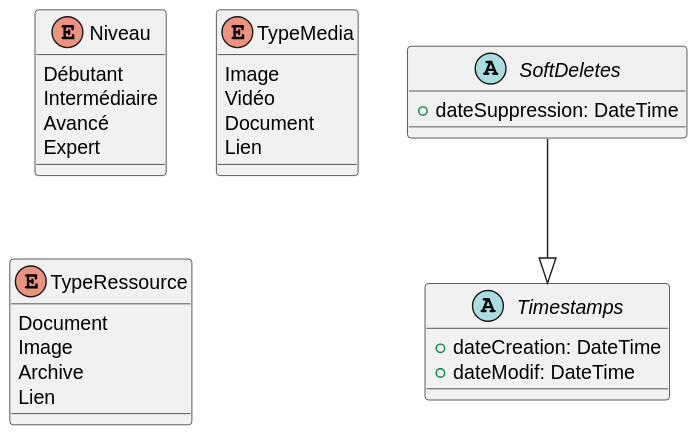
GAYENSIS09/baye-mor-gaye keeps this PlantUML diagram as uml-svg/class-diagram/_base-class.svg. Above is the earlier version.
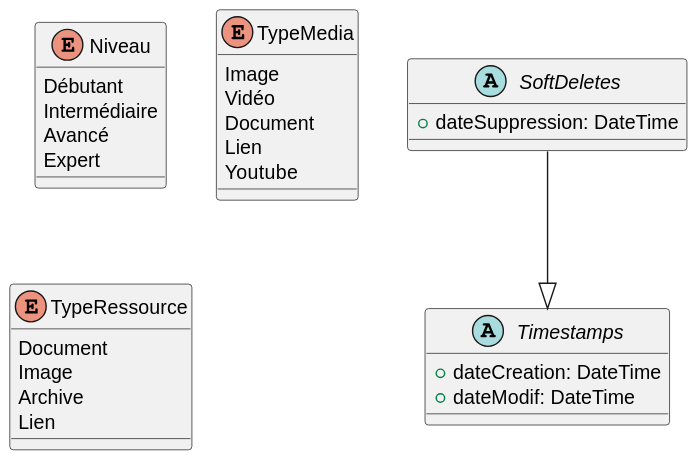
Later version of the same file.

Change to the diagram source:
```diff
@@ -11,6 +11,7 @@
   Vidéo
   Document
   Lien
+  Youtube
 }
 
 enum TypeRessource {
```
